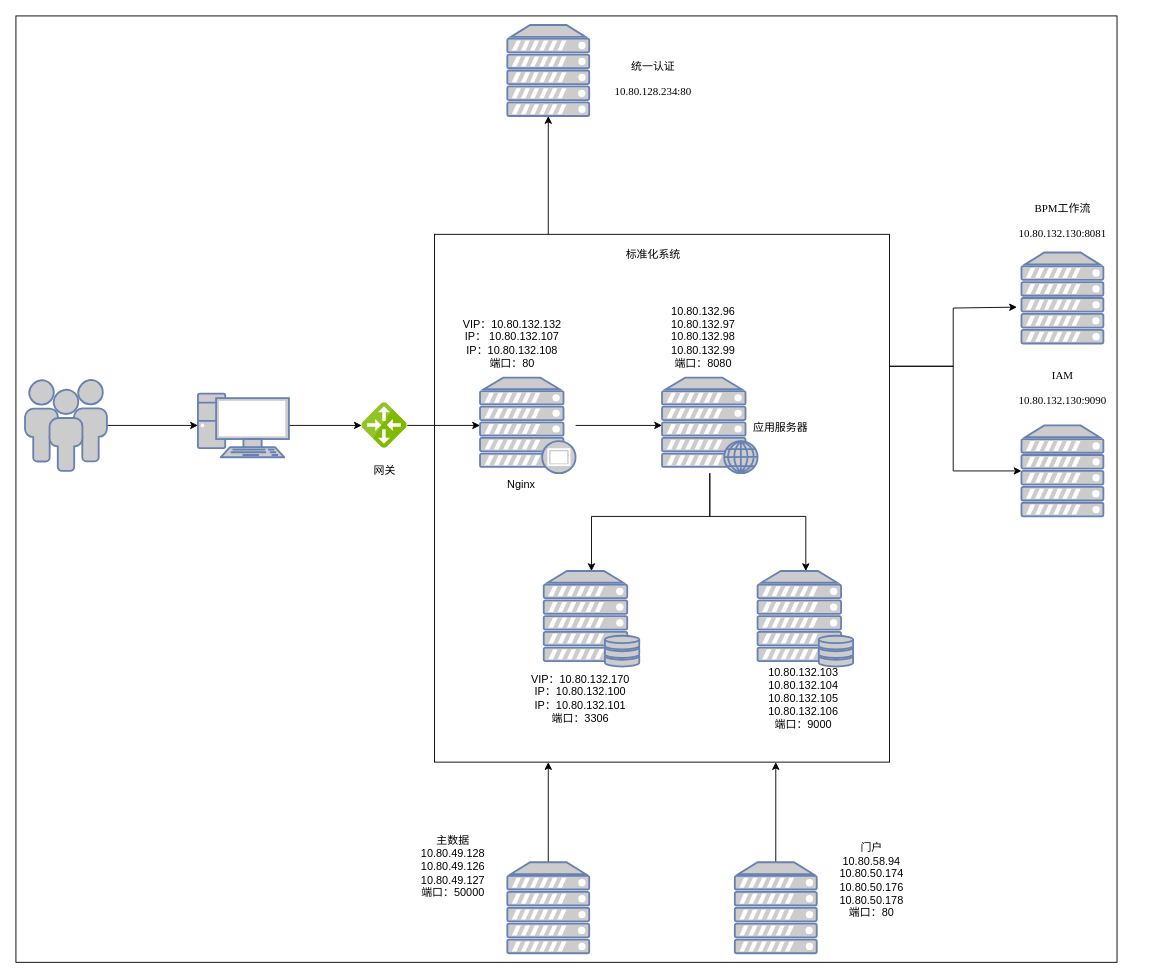
The draw.io diagram 未命名绘图.drawio in CivilizationV/miscellaneous, before the edit. Source tidied: cells renumbered, new cells numbered last; positions are measured from the earlier drawing's top-left corner, leaving out a move shared by most shapes. Both pictures are drawn from the tidied source at 91%, with x=0, y=0 at pixel (15, 15).
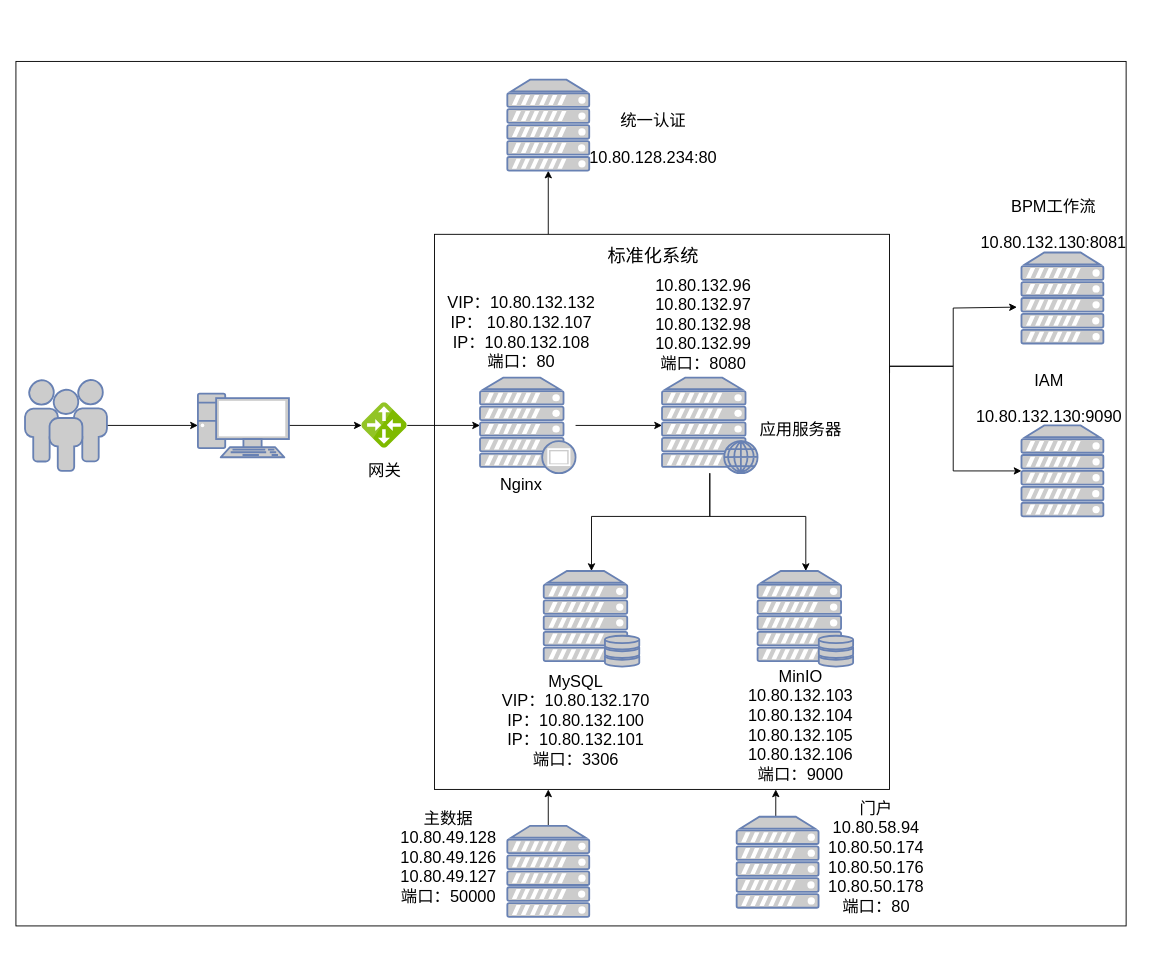
Above is the later version.

Commit message:
更新未命名绘图.drawio

Change to the diagram source:
```diff
@@
     <mxCell id="2" style="rounded=0;whiteSpace=wrap;html=1;" parent="1" vertex="1">
-      <mxGeometry width="1210" height="1040" as="geometry" />
+      <mxGeometry y="50" width="1220" height="950" as="geometry" />
     </mxCell>
@@
     <mxCell id="6" style="rounded=0;whiteSpace=wrap;html=1;" parent="1" vertex="1">
-      <mxGeometry x="460" y="240" width="500" height="580" as="geometry" />
+      <mxGeometry x="460" y="240" width="500" height="610" as="geometry" />
     </mxCell>
@@
-    <mxCell id="20" value="网关" style="text;html=1;align=center;verticalAlign=middle;strokeColor=none;fillColor=none;" parent="1" vertex="1">
-      <mxGeometry x="380" y="485" width="50" height="30" as="geometry" />
+    <mxCell id="20" value="&lt;font style=&quot;font-size: 18px;&quot;&gt;网关&lt;/font&gt;" style="text;html=1;align=center;verticalAlign=middle;strokeColor=none;fillColor=none;" parent="1" vertex="1">
+      <mxGeometry x="375" y="480" width="60" height="40" as="geometry" />
     </mxCell>
-    <mxCell id="21" value="VIP：10.80.132.132&lt;br&gt;IP：&amp;nbsp;10.80.132.107&lt;br&gt;IP：10.80.132.108&lt;br&gt;端口：80" style="text;html=1;align=center;verticalAlign=middle;strokeColor=none;fillColor=none;" parent="1" vertex="1">
-      <mxGeometry x="480" y="325" width="130" height="70" as="geometry" />
+    <mxCell id="21" value="&lt;font style=&quot;font-size: 18px;&quot;&gt;VIP：10.80.132.132&lt;br&gt;IP：&amp;nbsp;10.80.132.107&lt;br&gt;IP：10.80.132.108&lt;br&gt;端口：80&lt;/font&gt;" style="text;html=1;align=center;verticalAlign=middle;strokeColor=none;fillColor=none;" parent="1" vertex="1">
+      <mxGeometry x="460" y="297.5" width="190" height="100" as="geometry" />
     </mxCell>
-    <mxCell id="22" value="Nginx" style="text;html=1;align=center;verticalAlign=middle;strokeColor=none;fillColor=none;" parent="1" vertex="1">
-      <mxGeometry x="530" y="500" width="50" height="30" as="geometry" />
+    <mxCell id="22" value="&lt;font style=&quot;font-size: 18px;&quot;&gt;Nginx&lt;/font&gt;" style="text;html=1;align=center;verticalAlign=middle;strokeColor=none;fillColor=none;" parent="1" vertex="1">
+      <mxGeometry x="520" y="495" width="70" height="40" as="geometry" />
     </mxCell>
-    <mxCell id="23" value="应用服务器" style="text;html=1;align=center;verticalAlign=middle;strokeColor=none;fillColor=none;" parent="1" vertex="1">
-      <mxGeometry x="800" y="438" width="80" height="30" as="geometry" />
+    <mxCell id="23" value="&lt;font style=&quot;font-size: 18px;&quot;&gt;应用服务器&lt;/font&gt;" style="text;html=1;align=center;verticalAlign=middle;strokeColor=none;fillColor=none;" parent="1" vertex="1">
+      <mxGeometry x="807" y="435" width="110" height="40" as="geometry" />
     </mxCell>
-    <mxCell id="24" value="&lt;div&gt;10.80.132.96&lt;/div&gt;&lt;div&gt;10.80.132.97&lt;/div&gt;&lt;div&gt;10.80.132.98&lt;/div&gt;&lt;div&gt;10.80.132.99&lt;/div&gt;&lt;div&gt;端口：8080&lt;/div&gt;" style="text;html=1;align=center;verticalAlign=middle;strokeColor=none;fillColor=none;" parent="1" vertex="1">
-      <mxGeometry x="710" y="307.5" width="90" height="90" as="geometry" />
+    <mxCell id="24" value="&lt;div style=&quot;font-size: 18px;&quot;&gt;&lt;font style=&quot;font-size: 18px;&quot;&gt;10.80.132.96&lt;/font&gt;&lt;/div&gt;&lt;div style=&quot;font-size: 18px;&quot;&gt;&lt;font style=&quot;font-size: 18px;&quot;&gt;10.80.132.97&lt;/font&gt;&lt;/div&gt;&lt;div style=&quot;font-size: 18px;&quot;&gt;&lt;font style=&quot;font-size: 18px;&quot;&gt;10.80.132.98&lt;/font&gt;&lt;/div&gt;&lt;div style=&quot;font-size: 18px;&quot;&gt;&lt;font style=&quot;font-size: 18px;&quot;&gt;10.80.132.99&lt;/font&gt;&lt;/div&gt;&lt;div style=&quot;font-size: 18px;&quot;&gt;&lt;font style=&quot;font-size: 18px;&quot;&gt;端口：8080&lt;/font&gt;&lt;/div&gt;" style="text;html=1;align=center;verticalAlign=middle;strokeColor=none;fillColor=none;" parent="1" vertex="1">
+      <mxGeometry x="690" y="280" width="130" height="120" as="geometry" />
     </mxCell>
-    <mxCell id="25" value="&lt;div&gt;&lt;div&gt;&lt;font face=&quot;宋体&quot;&gt;VIP：10.80.132.170&lt;/font&gt;&lt;/div&gt;&lt;div&gt;&lt;font face=&quot;宋体&quot;&gt;IP：10.80.132.100&lt;/font&gt;&lt;/div&gt;&lt;div&gt;&lt;font face=&quot;宋体&quot;&gt;IP：10.80.132.101&lt;/font&gt;&lt;/div&gt;&lt;/div&gt;&lt;div&gt;&lt;font face=&quot;宋体&quot;&gt;端口：3306&lt;/font&gt;&lt;/div&gt;" style="text;html=1;align=center;verticalAlign=middle;strokeColor=none;fillColor=none;" parent="1" vertex="1">
-      <mxGeometry x="555" y="715" width="130" height="70" as="geometry" />
+    <mxCell id="25" value="&lt;div style=&quot;font-size: 18px;&quot;&gt;&lt;div style=&quot;&quot;&gt;&lt;font style=&quot;font-size: 18px;&quot;&gt;MySQL&lt;/font&gt;&lt;/div&gt;&lt;div style=&quot;&quot;&gt;&lt;font style=&quot;font-size: 18px;&quot;&gt;VIP：10.80.132.170&lt;/font&gt;&lt;/div&gt;&lt;div style=&quot;&quot;&gt;&lt;font style=&quot;font-size: 18px;&quot;&gt;IP：10.80.132.100&lt;/font&gt;&lt;/div&gt;&lt;div style=&quot;&quot;&gt;&lt;font style=&quot;font-size: 18px;&quot;&gt;IP：10.80.132.101&lt;/font&gt;&lt;/div&gt;&lt;/div&gt;&lt;div style=&quot;font-size: 18px;&quot;&gt;&lt;font style=&quot;font-size: 18px;&quot;&gt;端口：3306&lt;/font&gt;&lt;/div&gt;" style="text;html=1;align=center;verticalAlign=middle;strokeColor=none;fillColor=none;" parent="1" vertex="1">
+      <mxGeometry x="520" y="715" width="190" height="120" as="geometry" />
     </mxCell>
-    <mxCell id="26" value="&lt;div&gt;10.80.132.103&lt;/div&gt;&lt;div&gt;10.80.132.104&lt;/div&gt;&lt;div&gt;10.80.132.105&lt;/div&gt;&lt;div&gt;10.80.132.106&lt;/div&gt;&lt;div&gt;端口：9000&lt;/div&gt;" style="text;html=1;align=center;verticalAlign=middle;strokeColor=none;fillColor=none;" parent="1" vertex="1">
-      <mxGeometry x="815" y="705" width="100" height="90" as="geometry" />
+    <mxCell id="26" value="&lt;div style=&quot;font-size: 18px;&quot;&gt;&lt;font style=&quot;font-size: 18px;&quot;&gt;MinIO&lt;/font&gt;&lt;/div&gt;&lt;div style=&quot;font-size: 18px;&quot;&gt;&lt;font style=&quot;font-size: 18px;&quot;&gt;10.80.132.103&lt;/font&gt;&lt;/div&gt;&lt;div style=&quot;font-size: 18px;&quot;&gt;&lt;font style=&quot;font-size: 18px;&quot;&gt;10.80.132.104&lt;/font&gt;&lt;/div&gt;&lt;div style=&quot;font-size: 18px;&quot;&gt;&lt;font style=&quot;font-size: 18px;&quot;&gt;10.80.132.105&lt;/font&gt;&lt;/div&gt;&lt;div style=&quot;font-size: 18px;&quot;&gt;&lt;font style=&quot;font-size: 18px;&quot;&gt;10.80.132.106&lt;/font&gt;&lt;/div&gt;&lt;div style=&quot;font-size: 18px;&quot;&gt;&lt;font style=&quot;font-size: 18px;&quot;&gt;端口：9000&lt;/font&gt;&lt;/div&gt;" style="text;html=1;align=center;verticalAlign=middle;strokeColor=none;fillColor=none;" parent="1" vertex="1">
+      <mxGeometry x="792" y="710" width="140" height="140" as="geometry" />
     </mxCell>
     <mxCell id="27" style="fontColor=#0066CC;verticalAlign=top;verticalLabelPosition=bottom;labelPosition=center;align=center;html=1;outlineConnect=0;fillColor=#CCCCCC;strokeColor=#6881B3;gradientColor=none;gradientDirection=north;strokeWidth=2;shape=mxgraph.networks.server;" parent="1" vertex="1">
-      <mxGeometry x="540" y="10" width="90" height="100" as="geometry" />
+      <mxGeometry x="540" y="70" width="90" height="100" as="geometry" />
     </mxCell>
-    <mxCell id="28" value="标准化系统" style="text;html=1;align=center;verticalAlign=middle;strokeColor=none;fillColor=none;" parent="1" vertex="1">
-      <mxGeometry x="660" y="248" width="80" height="30" as="geometry" />
+    <mxCell id="28" value="&lt;font style=&quot;font-size: 20px;&quot;&gt;标准化系统&lt;/font&gt;" style="text;html=1;align=center;verticalAlign=middle;strokeColor=none;fillColor=none;" parent="1" vertex="1">
+      <mxGeometry x="640" y="243" width="120" height="40" as="geometry" />
     </mxCell>
-    <mxCell id="29" value="&lt;font face=&quot;Times New Roman&quot;&gt;统一认证&lt;br&gt;&lt;/font&gt;&lt;p class=&quot;MsoNormal&quot;&gt;&lt;font face=&quot;Times New Roman&quot;&gt;10.80.128.234:80&lt;/font&gt;&lt;/p&gt;" style="text;html=1;align=center;verticalAlign=middle;strokeColor=none;fillColor=none;" parent="1" vertex="1">
-      <mxGeometry x="645" y="40" width="110" height="70" as="geometry" />
+    <mxCell id="29" value="&lt;font style=&quot;font-size: 18px;&quot;&gt;统一认证&lt;br&gt;&lt;/font&gt;&lt;p style=&quot;font-size: 18px;&quot; class=&quot;MsoNormal&quot;&gt;&lt;font style=&quot;font-size: 18px;&quot;&gt;10.80.128.234:80&lt;/font&gt;&lt;/p&gt;" style="text;html=1;align=center;verticalAlign=middle;strokeColor=none;fillColor=none;" parent="1" vertex="1">
+      <mxGeometry x="620" y="100" width="160" height="90" as="geometry" />
     </mxCell>
@@
-    <mxCell id="31" value="&lt;p style=&quot;&quot; class=&quot;MsoNormal&quot;&gt;&lt;font style=&quot;font-size: 12px;&quot; face=&quot;Times New Roman&quot;&gt;BPM工作流&lt;/font&gt;&lt;/p&gt;&lt;p style=&quot;&quot; class=&quot;MsoNormal&quot;&gt;&lt;font style=&quot;font-size: 12px;&quot; face=&quot;Times New Roman&quot;&gt;10.80.132.130:8081&lt;/font&gt;&lt;/p&gt;" style="text;html=1;align=center;verticalAlign=middle;strokeColor=none;fillColor=none;" parent="1" vertex="1">
-      <mxGeometry x="1090" y="185" width="120" height="80" as="geometry" />
+    <mxCell id="31" value="&lt;p style=&quot;font-size: 18px;&quot; class=&quot;MsoNormal&quot;&gt;&lt;font style=&quot;font-size: 18px;&quot;&gt;BPM工作流&lt;/font&gt;&lt;/p&gt;&lt;p style=&quot;font-size: 18px;&quot; class=&quot;MsoNormal&quot;&gt;&lt;font style=&quot;font-size: 18px;&quot;&gt;10.80.132.130:8081&lt;/font&gt;&lt;/p&gt;" style="text;html=1;align=center;verticalAlign=middle;strokeColor=none;fillColor=none;" parent="1" vertex="1">
+      <mxGeometry x="1050" y="175" width="180" height="110" as="geometry" />
     </mxCell>
@@
-    <mxCell id="33" value="&lt;font face=&quot;Times New Roman&quot;&gt;IAM&lt;br&gt;&lt;/font&gt;&lt;p class=&quot;MsoNormal&quot;&gt;&lt;font face=&quot;Times New Roman&quot;&gt;10.80.132.130:9090&lt;/font&gt;&lt;/p&gt;" style="text;html=1;align=center;verticalAlign=middle;strokeColor=none;fillColor=none;" parent="1" vertex="1">
-      <mxGeometry x="1090" y="380" width="120" height="70" as="geometry" />
+    <mxCell id="33" value="&lt;font style=&quot;font-size: 18px;&quot;&gt;IAM&lt;br&gt;&lt;/font&gt;&lt;p style=&quot;font-size: 18px;&quot; class=&quot;MsoNormal&quot;&gt;&lt;font style=&quot;font-size: 18px;&quot;&gt;10.80.132.130:9090&lt;/font&gt;&lt;/p&gt;" style="text;html=1;align=center;verticalAlign=middle;strokeColor=none;fillColor=none;" parent="1" vertex="1">
+      <mxGeometry x="1045" y="385" width="180" height="90" as="geometry" />
     </mxCell>
@@
     <mxCell id="35" style="fontColor=#0066CC;verticalAlign=top;verticalLabelPosition=bottom;labelPosition=center;align=center;html=1;outlineConnect=0;fillColor=#CCCCCC;strokeColor=#6881B3;gradientColor=none;gradientDirection=north;strokeWidth=2;shape=mxgraph.networks.server;" parent="1" vertex="1">
-      <mxGeometry x="540" y="930" width="90" height="100" as="geometry" />
+      <mxGeometry x="540" y="890" width="90" height="100" as="geometry" />
     </mxCell>
-    <mxCell id="36" value="&lt;div&gt;&lt;div&gt;&lt;div&gt;&lt;font face=&quot;宋体&quot;&gt;主数据&lt;/font&gt;&lt;/div&gt;&lt;div&gt;&lt;font face=&quot;宋体&quot;&gt;10.80.49.128&lt;/font&gt;&lt;/div&gt;&lt;div&gt;&lt;font face=&quot;宋体&quot;&gt;10.80.49.126&lt;/font&gt;&lt;/div&gt;&lt;div&gt;&lt;font face=&quot;宋体&quot;&gt;10.80.49.127&lt;/font&gt;&lt;/div&gt;&lt;/div&gt;&lt;/div&gt;&lt;div&gt;&lt;font face=&quot;宋体&quot;&gt;端口：50000&lt;/font&gt;&lt;/div&gt;" style="text;html=1;align=center;verticalAlign=middle;strokeColor=none;fillColor=none;" parent="1" vertex="1">
-      <mxGeometry x="430" y="890" width="100" height="90" as="geometry" />
+    <mxCell id="36" value="&lt;div style=&quot;font-size: 18px;&quot;&gt;&lt;div style=&quot;&quot;&gt;&lt;div style=&quot;&quot;&gt;&lt;font style=&quot;font-size: 18px;&quot;&gt;主数据&lt;/font&gt;&lt;/div&gt;&lt;div style=&quot;&quot;&gt;&lt;font style=&quot;font-size: 18px;&quot;&gt;10.80.49.128&lt;/font&gt;&lt;/div&gt;&lt;div style=&quot;&quot;&gt;&lt;font style=&quot;font-size: 18px;&quot;&gt;10.80.49.126&lt;/font&gt;&lt;/div&gt;&lt;div style=&quot;&quot;&gt;&lt;font style=&quot;font-size: 18px;&quot;&gt;10.80.49.127&lt;/font&gt;&lt;/div&gt;&lt;/div&gt;&lt;/div&gt;&lt;div style=&quot;font-size: 18px;&quot;&gt;&lt;font style=&quot;font-size: 18px;&quot;&gt;端口：50000&lt;/font&gt;&lt;/div&gt;" style="text;html=1;align=center;verticalAlign=middle;strokeColor=none;fillColor=none;" parent="1" vertex="1">
+      <mxGeometry x="410" y="865" width="130" height="120" as="geometry" />
     </mxCell>
@@
     <mxCell id="38" style="fontColor=#0066CC;verticalAlign=top;verticalLabelPosition=bottom;labelPosition=center;align=center;html=1;outlineConnect=0;fillColor=#CCCCCC;strokeColor=#6881B3;gradientColor=none;gradientDirection=north;strokeWidth=2;shape=mxgraph.networks.server;" parent="1" vertex="1">
-      <mxGeometry x="790" y="930" width="90" height="100" as="geometry" />
+      <mxGeometry x="792" y="880" width="90" height="100" as="geometry" />
     </mxCell>
-    <mxCell id="39" value="&lt;div&gt;&lt;div&gt;&lt;font face=&quot;宋体&quot;&gt;门户&lt;/font&gt;&lt;/div&gt;&lt;div&gt;&lt;font face=&quot;宋体&quot;&gt;10.80.58.94&lt;/font&gt;&lt;/div&gt;&lt;div&gt;&lt;font face=&quot;宋体&quot;&gt;10.80.50.174&lt;/font&gt;&lt;/div&gt;&lt;div&gt;&lt;font face=&quot;宋体&quot;&gt;10.80.50.176&lt;/font&gt;&lt;/div&gt;&lt;div&gt;&lt;font face=&quot;宋体&quot;&gt;10.80.50.178&lt;/font&gt;&lt;/div&gt;&lt;/div&gt;&lt;div&gt;&lt;font face=&quot;宋体&quot;&gt;端口：80&lt;/font&gt;&lt;/div&gt;" style="text;html=1;align=center;verticalAlign=middle;strokeColor=none;fillColor=none;" parent="1" vertex="1">
-      <mxGeometry x="890" y="900" width="100" height="100" as="geometry" />
+    <mxCell id="39" value="&lt;div style=&quot;font-size: 18px;&quot;&gt;&lt;div style=&quot;&quot;&gt;&lt;font style=&quot;font-size: 18px;&quot;&gt;门户&lt;/font&gt;&lt;/div&gt;&lt;div style=&quot;&quot;&gt;&lt;font style=&quot;font-size: 18px;&quot;&gt;10.80.58.94&lt;/font&gt;&lt;/div&gt;&lt;div style=&quot;&quot;&gt;&lt;font style=&quot;font-size: 18px;&quot;&gt;10.80.50.174&lt;/font&gt;&lt;/div&gt;&lt;div style=&quot;&quot;&gt;&lt;font style=&quot;font-size: 18px;&quot;&gt;10.80.50.176&lt;/font&gt;&lt;/div&gt;&lt;div style=&quot;&quot;&gt;&lt;font style=&quot;font-size: 18px;&quot;&gt;10.80.50.178&lt;/font&gt;&lt;/div&gt;&lt;/div&gt;&lt;div style=&quot;font-size: 18px;&quot;&gt;&lt;font style=&quot;font-size: 18px;&quot;&gt;端口：80&lt;/font&gt;&lt;/div&gt;" style="text;html=1;align=center;verticalAlign=middle;strokeColor=none;fillColor=none;" parent="1" vertex="1">
+      <mxGeometry x="880" y="855" width="130" height="140" as="geometry" />
     </mxCell>
```
